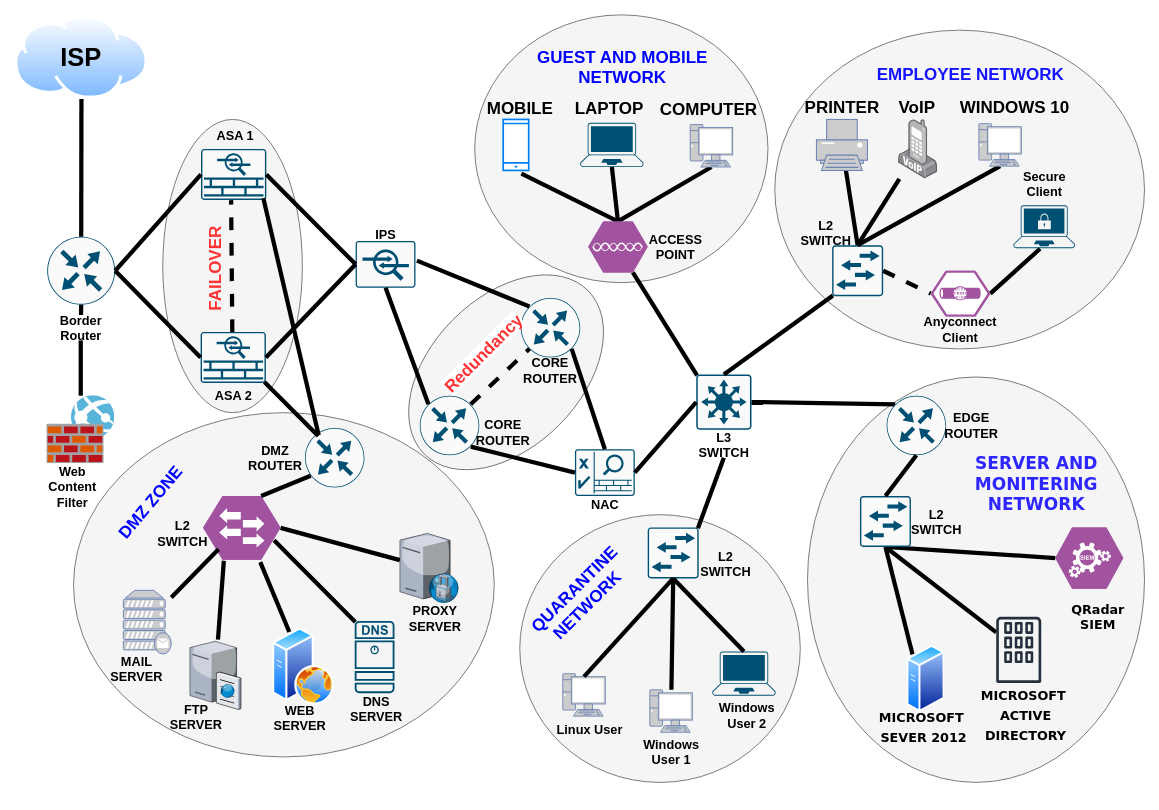
HackGuru108/GIIT keeps this draw.io diagram as TABA.drawio. Above is the earlier version. Source tidied: cells renumbered, new cells numbered last; positions are measured from the earlier drawing's top-left corner, leaving out a move shared by most shapes. Both pictures are drawn from the tidied source at 85%, with x=0, y=0 at pixel (14, 14).
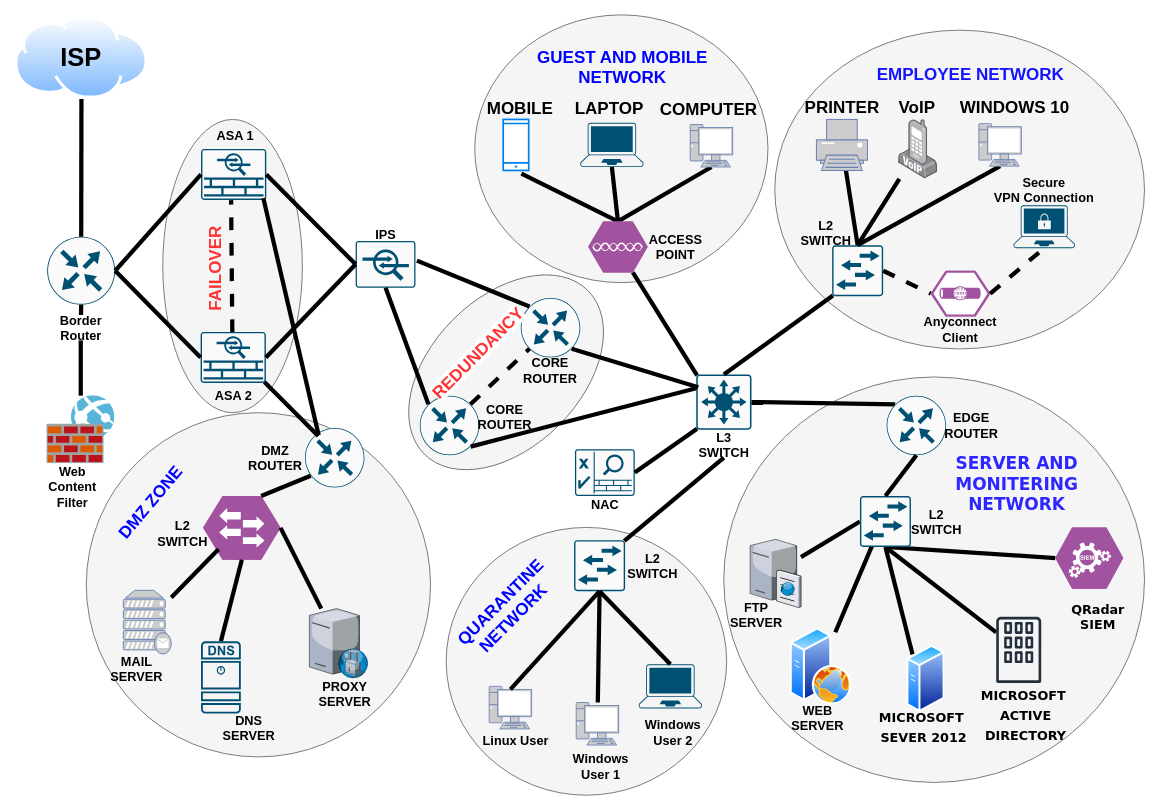
After the change.

Unchanged cells that the change refers to:
```xml
<mxCell id="16" style="sketch=0;points=[[0.5,0,0],[1,0.5,0],[0.5,1,0],[0,0.5,0],[0.145,0.145,0],[0.8555,0.145,0],[0.855,0.8555,0],[0.145,0.855,0]];verticalLabelPosition=bottom;html=1;verticalAlign=top;align=center;shape=mxgraph.cisco19.rect;prIcon=router;fillColor=#FAFAFA;strokeColor=#005073;" parent="1" vertex="1">
  <mxGeometry x="476.4" y="448" width="70" height="70" as="geometry" />
</mxCell>
<mxCell id="17" style="sketch=0;points=[[0.015,0.015,0],[0.985,0.015,0],[0.985,0.985,0],[0.015,0.985,0],[0.25,0,0],[0.5,0,0],[0.75,0,0],[1,0.25,0],[1,0.5,0],[1,0.75,0],[0.75,1,0],[0.5,1,0],[0.25,1,0],[0,0.75,0],[0,0.5,0],[0,0.25,0]];verticalLabelPosition=bottom;html=1;verticalAlign=top;align=center;shape=mxgraph.cisco19.rect;prIcon=nac_appliance;fillColor=#FAFAFA;strokeColor=#005073;" parent="1" vertex="1">
  <mxGeometry x="658.9" y="511" width="70.4" height="55" as="geometry" />
</mxCell>
<mxCell id="18" style="sketch=0;points=[[0.015,0.015,0],[0.985,0.015,0],[0.985,0.985,0],[0.015,0.985,0],[0.25,0,0],[0.5,0,0],[0.75,0,0],[1,0.25,0],[1,0.5,0],[1,0.75,0],[0.75,1,0],[0.5,1,0],[0.25,1,0],[0,0.75,0],[0,0.5,0],[0,0.25,0]];verticalLabelPosition=bottom;html=1;verticalAlign=top;align=center;shape=mxgraph.cisco19.rect;prIcon=l3_switch;fillColor=#FAFAFA;strokeColor=#005073;" parent="1" vertex="1">
  <mxGeometry x="801.6" y="423" width="65" height="65" as="geometry" />
</mxCell>
<mxCell id="60" style="verticalLabelPosition=bottom;sketch=0;html=1;fillColor=#A153A0;strokeColor=#ffffff;verticalAlign=top;align=center;points=[[0,0.5,0],[0.125,0.25,0],[0.25,0,0],[0.5,0,0],[0.75,0,0],[0.875,0.25,0],[1,0.5,0],[0.875,0.75,0],[0.75,1,0],[0.5,1,0],[0.125,0.75,0]];shape=mxgraph.cisco_safe.compositeIcon;bgIcon=mxgraph.cisco_safe.design.blank_device;resIcon=mxgraph.cisco_safe.design.l2_switch;fontSize=20;" parent="1" vertex="1">
  <mxGeometry x="221.4" y="566" width="91.2" height="75" as="geometry" />
</mxCell>
<mxCell id="67" style="sketch=0;points=[[0.5,0,0],[1,0.5,0],[0.5,1,0],[0,0.5,0],[0.145,0.145,0],[0.8555,0.145,0],[0.855,0.8555,0],[0.145,0.855,0]];verticalLabelPosition=bottom;html=1;verticalAlign=top;align=center;shape=mxgraph.cisco19.rect;prIcon=router;fillColor=#FAFAFA;strokeColor=#005073;" parent="1" vertex="1">
  <mxGeometry x="595.2" y="333" width="70" height="70" as="geometry" />
</mxCell>
<mxCell id="87" style="perimeter=ellipsePerimeter;html=1;align=center;shadow=0;dashed=0;spacingTop=3;image;image=img/lib/active_directory/web_server.svg;fontSize=20;" parent="86" vertex="1">
  <mxGeometry x="7.9" width="72.7" height="90.9" as="geometry" />
</mxCell>
<mxCell id="90" style="verticalLabelPosition=bottom;sketch=0;html=1;verticalAlign=top;strokeColor=none;align=center;outlineConnect=0;shape=mxgraph.citrix.ftp_server;fontSize=20;" parent="89" vertex="1">
  <mxGeometry x="38.9" width="59.9" height="81.9" as="geometry" />
</mxCell>
<mxCell id="111" style="points=[[0.13,0.02,0],[0.5,0,0],[0.87,0.02,0],[0.885,0.4,0],[0.985,0.985,0],[0.5,1,0],[0.015,0.985,0],[0.115,0.4,0]];verticalLabelPosition=bottom;sketch=0;html=1;verticalAlign=top;align=center;shape=mxgraph.cisco19.secure_endpoints;fillColor=#005073;strokeColor=none;fontSize=15;" parent="110" vertex="1">
  <mxGeometry x="4.2" y="40" width="72.1" height="50.5" as="geometry" />
</mxCell>
<mxCell id="114" style="verticalLabelPosition=bottom;sketch=0;html=1;fillColor=#A153A0;strokeColor=#ffffff;verticalAlign=top;align=center;points=[[0,0.5,0],[0.125,0.25,0],[0.25,0,0],[0.5,0,0],[0.75,0,0],[0.875,0.25,0],[1,0.5,0],[0.875,0.75,0],[0.75,1,0],[0.5,1,0],[0.125,0.75,0]];shape=mxgraph.cisco_safe.compositeIcon;bgIcon=mxgraph.cisco_safe.design.blank_device;resIcon=mxgraph.cisco_safe.design.cisco_anyconnect;" parent="113" vertex="1">
  <mxGeometry x="5.3" width="70" height="54" as="geometry" />
</mxCell>
<mxCell id="120" style="sketch=0;points=[[0.015,0.015,0],[0.985,0.015,0],[0.985,0.985,0],[0.015,0.985,0],[0.25,0,0],[0.5,0,0],[0.75,0,0],[1,0.25,0],[1,0.5,0],[1,0.75,0],[0.75,1,0],[0.5,1,0],[0.25,1,0],[0,0.75,0],[0,0.5,0],[0,0.25,0]];verticalLabelPosition=bottom;html=1;verticalAlign=top;align=center;shape=mxgraph.cisco19.rect;prIcon=l2_switch;fillColor=#FAFAFA;strokeColor=#005073;" parent="119" vertex="1">
  <mxGeometry width="60" height="60" as="geometry" />
</mxCell>
```

Diff of the diagram source:
```diff
@@
     <mxCell id="2" style="ellipse;whiteSpace=wrap;html=1;shadow=0;sketch=0;fillColor=#f5f5f5;fontColor=#333333;strokeColor=#666666;" parent="1" vertex="1">
-      <mxGeometry x="932.5" y="426" width="396.5" height="477" as="geometry" />
+      <mxGeometry x="834" y="426" width="495" height="477" as="geometry" />
     </mxCell>
     <mxCell id="3" style="ellipse;whiteSpace=wrap;html=1;shadow=0;sketch=0;fillColor=#f5f5f5;fontColor=#333333;strokeColor=#666666;" parent="1" vertex="1">
-      <mxGeometry x="594" y="588" width="330" height="315" as="geometry" />
+      <mxGeometry x="507.4" y="603" width="330" height="315" as="geometry" />
     </mxCell>
@@
     <mxCell id="8" style="ellipse;whiteSpace=wrap;html=1;shadow=0;sketch=0;fillColor=#f5f5f5;fontColor=#333333;strokeColor=#666666;" parent="1" vertex="1">
-      <mxGeometry x="69" y="468" width="495" height="405" as="geometry" />
+      <mxGeometry x="84" y="468" width="405" height="405" as="geometry" />
     </mxCell>
@@
     <mxCell id="19" style="sketch=0;points=[[0.015,0.015,0],[0.985,0.015,0],[0.985,0.985,0],[0.015,0.985,0],[0.25,0,0],[0.5,0,0],[0.75,0,0],[1,0.25,0],[1,0.5,0],[1,0.75,0],[0.75,1,0],[0.5,1,0],[0.25,1,0],[0,0.75,0],[0,0.5,0],[0,0.25,0]];verticalLabelPosition=bottom;html=1;verticalAlign=top;align=center;shape=mxgraph.cisco19.rect;prIcon=l2_switch;fillColor=#FAFAFA;strokeColor=#005073;" parent="1" vertex="1">
-      <mxGeometry x="744.5" y="603" width="60" height="60" as="geometry" />
+      <mxGeometry x="657.9" y="618" width="60" height="60" as="geometry" />
     </mxCell>
     <mxCell id="20" style="fontColor=#0066CC;verticalAlign=top;verticalLabelPosition=bottom;labelPosition=center;align=center;html=1;outlineConnect=0;fillColor=#CCCCCC;strokeColor=#6881B3;gradientColor=none;gradientDirection=north;strokeWidth=2;shape=mxgraph.networks.pc;" parent="1" vertex="1">
-      <mxGeometry x="644.6" y="775" width="50" height="50" as="geometry" />
+      <mxGeometry x="558" y="790" width="50" height="50" as="geometry" />
     </mxCell>
     <mxCell id="21" style="fontColor=#0066CC;verticalAlign=top;verticalLabelPosition=bottom;labelPosition=center;align=center;html=1;outlineConnect=0;fillColor=#CCCCCC;strokeColor=#6881B3;gradientColor=none;gradientDirection=north;strokeWidth=2;shape=mxgraph.networks.pc;" parent="1" vertex="1">
-      <mxGeometry x="747" y="794" width="50" height="50" as="geometry" />
+      <mxGeometry x="660.4" y="809" width="50" height="50" as="geometry" />
     </mxCell>
     <mxCell id="22" style="points=[[0.13,0.02,0],[0.5,0,0],[0.87,0.02,0],[0.885,0.4,0],[0.985,0.985,0],[0.5,1,0],[0.015,0.985,0],[0.115,0.4,0]];verticalLabelPosition=bottom;sketch=0;html=1;verticalAlign=top;align=center;shape=mxgraph.cisco19.laptop;fillColor=#005073;strokeColor=none;" parent="1" vertex="1">
-      <mxGeometry x="820.6" y="749" width="74.3" height="52" as="geometry" />
+      <mxGeometry x="734" y="764" width="74.3" height="52" as="geometry" />
     </mxCell>
@@
-    <mxCell id="31" style="endArrow=none;html=1;rounded=0;strokeWidth=5;exitX=0;exitY=0.5;exitDx=0;exitDy=0;exitPerimeter=0;entryX=1;entryY=0.5;entryDx=0;entryDy=0;entryPerimeter=0;" parent="1" edge="1" source="18" target="17">
+    <mxCell id="31" style="endArrow=none;html=1;rounded=0;strokeWidth=5;exitX=0.015;exitY=0.985;exitDx=0;exitDy=0;exitPerimeter=0;entryX=1;entryY=0.5;entryDx=0;entryDy=0;entryPerimeter=0;" parent="1" edge="1" source="18" target="17">
       <mxGeometry relative="1" as="geometry" />
     </mxCell>
@@
-    <mxCell id="41" style="endArrow=none;html=1;rounded=0;strokeWidth=5;exitX=1;exitY=0.5;exitDx=0;exitDy=0;exitPerimeter=0;entryX=0.432;entryY=1.013;entryDx=0;entryDy=0;entryPerimeter=0;" parent="1" edge="1" source="114" target="111">
-      <mxGeometry relative="1" as="geometry" />
-    </mxCell>
@@
     <mxCell id="53" value="&lt;b style=&quot;font-size: 15px;&quot;&gt;L2 SWITCH&lt;/b&gt;" style="text;html=1;strokeColor=none;fillColor=none;align=center;verticalAlign=middle;whiteSpace=wrap;rounded=0;fontSize=15;" parent="1" vertex="1">
-      <mxGeometry x="796.3" y="631" width="80.6" height="30" as="geometry" />
+      <mxGeometry x="710.4" y="633" width="80.6" height="30" as="geometry" />
     </mxCell>
     <mxCell id="54" value="&lt;b style=&quot;font-size: 15px&quot;&gt;Linux User&lt;/b&gt;" style="text;html=1;strokeColor=none;fillColor=none;align=center;verticalAlign=middle;whiteSpace=wrap;rounded=0;fontSize=15;" parent="1" vertex="1">
-      <mxGeometry x="636.3" y="826" width="80.6" height="30" as="geometry" />
+      <mxGeometry x="549.4" y="839" width="80.6" height="30" as="geometry" />
     </mxCell>
     <mxCell id="55" value="&lt;b style=&quot;font-size: 15px&quot;&gt;Windows User 1&lt;/b&gt;" style="text;html=1;strokeColor=none;fillColor=none;align=center;verticalAlign=middle;whiteSpace=wrap;rounded=0;fontSize=15;" parent="1" vertex="1">
-      <mxGeometry x="731.7" y="852" width="80.6" height="30" as="geometry" />
+      <mxGeometry x="648.7" y="869" width="80.6" height="30" as="geometry" />
     </mxCell>
     <mxCell id="56" value="&lt;b&gt;Windows User 2&lt;br&gt;&lt;/b&gt;" style="text;html=1;strokeColor=none;fillColor=none;align=center;verticalAlign=middle;whiteSpace=wrap;rounded=0;fontSize=15;" parent="1" vertex="1">
-      <mxGeometry x="820.6" y="809" width="80.6" height="30" as="geometry" />
+      <mxGeometry x="734" y="829" width="80.6" height="30" as="geometry" />
     </mxCell>
@@
-    <mxCell id="64" style="endArrow=none;html=1;rounded=0;strokeWidth=5;entryX=0.738;entryY=1.037;entryDx=0;entryDy=0;entryPerimeter=0;" parent="1" edge="1" source="87" target="60">
+    <mxCell id="64" style="endArrow=none;html=1;rounded=0;strokeWidth=5;entryX=0.28;entryY=0.875;entryDx=0;entryDy=0;entryPerimeter=0;" parent="1" edge="1" source="87" target="120">
       <mxGeometry relative="1" as="geometry" />
     </mxCell>
-    <mxCell id="65" style="endArrow=none;html=1;rounded=0;strokeWidth=5;entryX=0.268;entryY=1.016;entryDx=0;entryDy=0;entryPerimeter=0;" parent="1" edge="1" source="90" target="60">
+    <mxCell id="65" style="endArrow=none;html=1;rounded=0;strokeWidth=5;entryX=0;entryY=0.5;entryDx=0;entryDy=0;entryPerimeter=0;" parent="1" edge="1" source="90" target="120">
       <mxGeometry relative="1" as="geometry" />
     </mxCell>
@@
-    <mxCell id="68" style="endArrow=none;dashed=1;html=1;rounded=0;fontSize=15;strokeWidth=5;entryX=0.145;entryY=0.855;entryDx=0;entryDy=0;entryPerimeter=0;exitX=0.8555;exitY=0.145;exitDx=0;exitDy=0;exitPerimeter=0;" parent="1" edge="1" source="16" target="67">
-      <mxGeometry relative="1" as="geometry" />
-    </mxCell>
-    <mxCell id="69" style="endArrow=none;html=1;rounded=0;strokeWidth=5;exitX=0.5;exitY=0;exitDx=0;exitDy=0;exitPerimeter=0;entryX=0.855;entryY=0.8555;entryDx=0;entryDy=0;entryPerimeter=0;" parent="1" edge="1" source="17" target="67">
-      <mxGeometry relative="1" as="geometry" />
+    <mxCell id="69" style="endArrow=none;html=1;rounded=0;strokeWidth=5;entryX=0.855;entryY=0.8555;entryDx=0;entryDy=0;entryPerimeter=0;" parent="1" edge="1" target="67">
+      <mxGeometry relative="1" as="geometry">
+        <mxPoint x="804" y="438" as="sourcePoint" />
+      </mxGeometry>
     </mxCell>
@@
-    <mxCell id="76" style="endArrow=none;html=1;rounded=0;strokeWidth=5;entryX=0.916;entryY=0.695;entryDx=0;entryDy=0;entryPerimeter=0;exitX=0.015;exitY=0.015;exitDx=0;exitDy=0;exitPerimeter=0;" parent="1" edge="1" source="84" target="60">
+    <mxCell id="76" style="endArrow=none;html=1;rounded=0;strokeWidth=5;entryX=0.5;entryY=1;entryDx=0;entryDy=0;entryPerimeter=0;exitX=0.5;exitY=0;exitDx=0;exitDy=0;exitPerimeter=0;" parent="1" edge="1" source="84" target="60">
       <mxGeometry relative="1" as="geometry" />
     </mxCell>
@@
-    <mxCell id="80" style="group;" parent="1" vertex="1">
-      <mxGeometry x="453" y="610" width="113" height="115" as="geometry" />
-    </mxCell>
-    <mxCell id="81" style="verticalLabelPosition=bottom;sketch=0;html=1;verticalAlign=top;strokeColor=none;align=center;outlineConnect=0;shape=mxgraph.citrix.proxy_server;fontSize=20;" parent="80" vertex="1">
-      <mxGeometry width="69.2" height="81.5" as="geometry" />
-    </mxCell>
-    <mxCell id="82" value="&lt;b style=&quot;font-size: 15px;&quot;&gt;PROXY SERVER&lt;/b&gt;" style="text;html=1;strokeColor=none;fillColor=none;align=center;verticalAlign=middle;whiteSpace=wrap;rounded=0;fontSize=15;" parent="80" vertex="1">
-      <mxGeometry x="1.4" y="85" width="80.6" height="30" as="geometry" />
-    </mxCell>
     <mxCell id="83" style="group;" parent="1" vertex="1">
-      <mxGeometry x="384.5" y="713" width="80.6" height="115" as="geometry" />
+      <mxGeometry x="235.1" y="722" width="80.6" height="115" as="geometry" />
     </mxCell>
     <mxCell id="84" style="sketch=0;points=[[0.015,0.015,0],[0.985,0.015,0],[0.985,0.985,0],[0.015,0.985,0],[0.25,0,0],[0.5,0,0],[0.75,0,0],[1,0.25,0],[1,0.5,0],[1,0.75,0],[0.75,1,0],[0.5,1,0],[0.25,1,0],[0,0.75,0],[0,0.5,0],[0,0.25,0]];verticalLabelPosition=bottom;html=1;verticalAlign=top;align=center;shape=mxgraph.cisco19.dns_server;fillColor=#005073;strokeColor=none;fontSize=15;" parent="83" vertex="1">
-      <mxGeometry x="15.3" width="46.8" height="85" as="geometry" />
+      <mxGeometry x="-16.1" y="15" width="46.8" height="85" as="geometry" />
     </mxCell>
     <mxCell id="85" value="&lt;b style=&quot;font-size: 15px&quot;&gt;DNS SERVER&lt;/b&gt;" style="text;html=1;strokeColor=none;fillColor=none;align=center;verticalAlign=middle;whiteSpace=wrap;rounded=0;fontSize=15;" parent="83" vertex="1">
-      <mxGeometry y="88" width="80.6" height="30" as="geometry" />
+      <mxGeometry y="102" width="80.6" height="30" as="geometry" />
     </mxCell>
     <mxCell id="86" style="group;" parent="1" vertex="1">
-      <mxGeometry x="295.2" y="721.1" width="80.6" height="120.9" as="geometry" />
+      <mxGeometry x="904.1" y="721.1" width="80.6" height="120.9" as="geometry" />
     </mxCell>
@@
     <mxCell id="89" style="group;" parent="1" vertex="1">
-      <mxGeometry x="167" y="735.1" width="98.9" height="102.9" as="geometry" />
+      <mxGeometry x="826" y="615.1" width="98.9" height="102.9" as="geometry" />
     </mxCell>
@@
     <mxCell id="110" style="group;" parent="1" vertex="1">
-      <mxGeometry x="1170.7" y="184" width="80.6" height="90.5" as="geometry" />
+      <mxGeometry x="1170.7" y="184" width="105" height="90.5" as="geometry" />
     </mxCell>
@@
-    <mxCell id="112" value="&lt;span style=&quot;font-size: 15px;&quot;&gt;Secure &lt;br style=&quot;font-size: 15px;&quot;&gt;Client&lt;/span&gt;" style="text;html=1;strokeColor=none;fillColor=none;align=center;verticalAlign=middle;whiteSpace=wrap;rounded=0;fontSize=15;fontStyle=1;" parent="110" vertex="1">
-      <mxGeometry width="80.6" height="30" as="geometry" />
+    <mxCell id="112" value="&lt;span style=&quot;font-size: 15px&quot;&gt;Secure &lt;br style=&quot;font-size: 15px&quot;&gt;VPN Connection&lt;/span&gt;" style="text;html=1;strokeColor=none;fillColor=none;align=center;verticalAlign=middle;whiteSpace=wrap;rounded=0;fontSize=15;fontStyle=1;" parent="110" vertex="1">
+      <mxGeometry x="-19.7" y="7" width="120" height="30" as="geometry" />
     </mxCell>
@@
     <mxCell id="138" value="&lt;b style=&quot;font-size: 15px;&quot;&gt;CORE ROUTER&lt;/b&gt;" style="text;html=1;strokeColor=none;fillColor=none;align=center;verticalAlign=middle;whiteSpace=wrap;rounded=0;fontSize=15;" parent="1" vertex="1">
-      <mxGeometry x="534" y="476" width="80.6" height="30" as="geometry" />
+      <mxGeometry x="536" y="458" width="80.6" height="30" as="geometry" />
     </mxCell>
-    <mxCell id="139" style="endArrow=none;html=1;rounded=0;strokeWidth=5;exitX=0;exitY=0.5;exitDx=0;exitDy=0;exitPerimeter=0;entryX=0.855;entryY=0.8555;entryDx=0;entryDy=0;entryPerimeter=0;" parent="1" edge="1" source="17" target="16">
+    <mxCell id="139" style="endArrow=none;html=1;rounded=0;strokeWidth=5;exitX=0;exitY=0.25;exitDx=0;exitDy=0;exitPerimeter=0;entryX=0.855;entryY=0.8555;entryDx=0;entryDy=0;entryPerimeter=0;" parent="1" edge="1" source="18" target="16">
       <mxGeometry relative="1" as="geometry" />
     </mxCell>
@@
     <mxCell id="142" value="&lt;span style=&quot;font-size: 20px&quot;&gt;&lt;font style=&quot;font-size: 20px&quot;&gt;SERVER AND MONITERING NETWORK&lt;/font&gt;&lt;/span&gt;" style="text;html=1;strokeColor=none;fillColor=none;align=center;verticalAlign=middle;whiteSpace=wrap;rounded=0;shadow=0;sketch=0;fontColor=#2D26FF;fontStyle=1;fontFamily=Verdana;fontSize=20;" parent="1" vertex="1">
-      <mxGeometry x="1111.8" y="536" width="180" height="30" as="geometry" />
+      <mxGeometry x="1088.8" y="536" width="180" height="30" as="geometry" />
     </mxCell>
     <mxCell id="143" value="&lt;span style=&quot;font-size: 20px;&quot;&gt;&lt;b style=&quot;font-size: 20px;&quot;&gt;QUARANTINE NETWORK&amp;nbsp;&lt;/b&gt;&lt;/span&gt;" style="text;html=1;strokeColor=none;fillColor=none;align=center;verticalAlign=middle;whiteSpace=wrap;rounded=0;shadow=0;sketch=0;rotation=-45;fontColor=#0000FF;fontSize=20;" parent="1" vertex="1">
-      <mxGeometry x="575.6" y="668.5" width="180" height="30" as="geometry" />
+      <mxGeometry x="489" y="683.5" width="180" height="30" as="geometry" />
     </mxCell>
@@
-    <mxCell id="145" value="&lt;span style=&quot;font-weight: bold; font-family: arial, sans-serif; text-align: left; background-color: rgb(255, 255, 255);&quot;&gt;&lt;font style=&quot;font-size: 20px&quot;&gt;Redundancy&lt;/font&gt;&lt;/span&gt;" style="text;html=1;strokeColor=none;fillColor=none;align=center;verticalAlign=middle;whiteSpace=wrap;rounded=0;shadow=0;sketch=0;rotation=-45;fontColor=#FF3333;fontSize=20;" parent="1" vertex="1">
-      <mxGeometry x="460.6" y="383" width="180" height="30" as="geometry" />
-    </mxCell>
@@
+    <mxCell id="147" value="&lt;span style=&quot;font-weight: bold ; font-family: &amp;#34;arial&amp;#34; , sans-serif ; text-align: left ; background-color: rgb(255 , 255 , 255)&quot;&gt;&lt;font style=&quot;font-size: 20px&quot;&gt;REDUNDANCY&lt;br&gt;&lt;br&gt;&lt;/font&gt;&lt;/span&gt;" style="text;html=1;strokeColor=none;fillColor=none;align=center;verticalAlign=middle;whiteSpace=wrap;rounded=0;shadow=0;sketch=0;rotation=-45;fontColor=#FF3333;fontSize=20;" parent="1" vertex="1">
+      <mxGeometry x="462.9" y="391" width="180" height="30" as="geometry" />
+    </mxCell>
+    <mxCell id="148" style="endArrow=none;dashed=1;html=1;rounded=0;fontFamily=Verdana;fontSize=20;fontColor=#FF3333;strokeWidth=5;exitX=0;exitY=0;exitDx=0;exitDy=0;entryX=0.145;entryY=0.855;entryDx=0;entryDy=0;entryPerimeter=0;" parent="1" edge="1" source="138" target="67">
+      <mxGeometry relative="1" as="geometry" />
+    </mxCell>
+    <mxCell id="149" style="endArrow=none;dashed=1;html=1;rounded=0;fontFamily=Verdana;fontSize=20;fontColor=#FF3333;strokeWidth=5;exitX=1;exitY=0.5;exitDx=0;exitDy=0;exitPerimeter=0;" parent="1" edge="1" source="114">
+      <mxGeometry relative="1" as="geometry">
+        <mxPoint x="1209" y="276" as="targetPoint" />
+      </mxGeometry>
+    </mxCell>
+    <mxCell id="81" style="verticalLabelPosition=bottom;sketch=0;html=1;verticalAlign=top;strokeColor=none;align=center;outlineConnect=0;shape=mxgraph.citrix.proxy_server;fontSize=20;" parent="1" vertex="1">
+      <mxGeometry x="346.4" y="698.5" width="69.2" height="81.5" as="geometry" />
+    </mxCell>
+    <mxCell id="82" value="&lt;b style=&quot;font-size: 15px;&quot;&gt;PROXY SERVER&lt;/b&gt;" style="text;html=1;strokeColor=none;fillColor=none;align=center;verticalAlign=middle;whiteSpace=wrap;rounded=0;fontSize=15;" parent="1" vertex="1">
+      <mxGeometry x="347.9" y="783.5" width="80.6" height="30" as="geometry" />
+    </mxCell>
```
